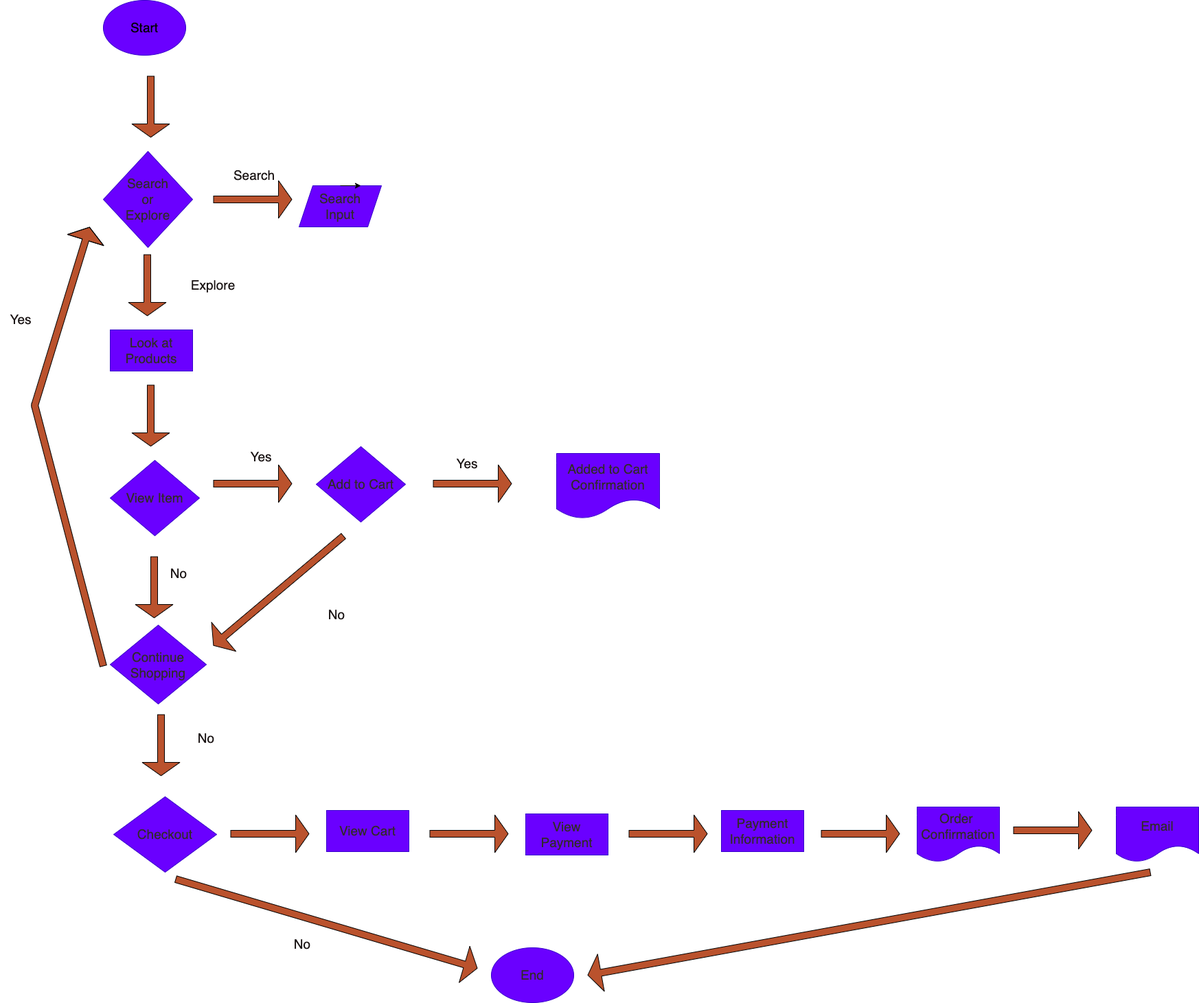
Above: explore/diagramming/diagram.drawio.png in henrybliu/sp23-cse110-lab4 (draw.io), before the change. Source tidied: cells renumbered, new cells last; positions are measured from the earlier drawing's top-left corner, leaving out a move shared by most shapes.
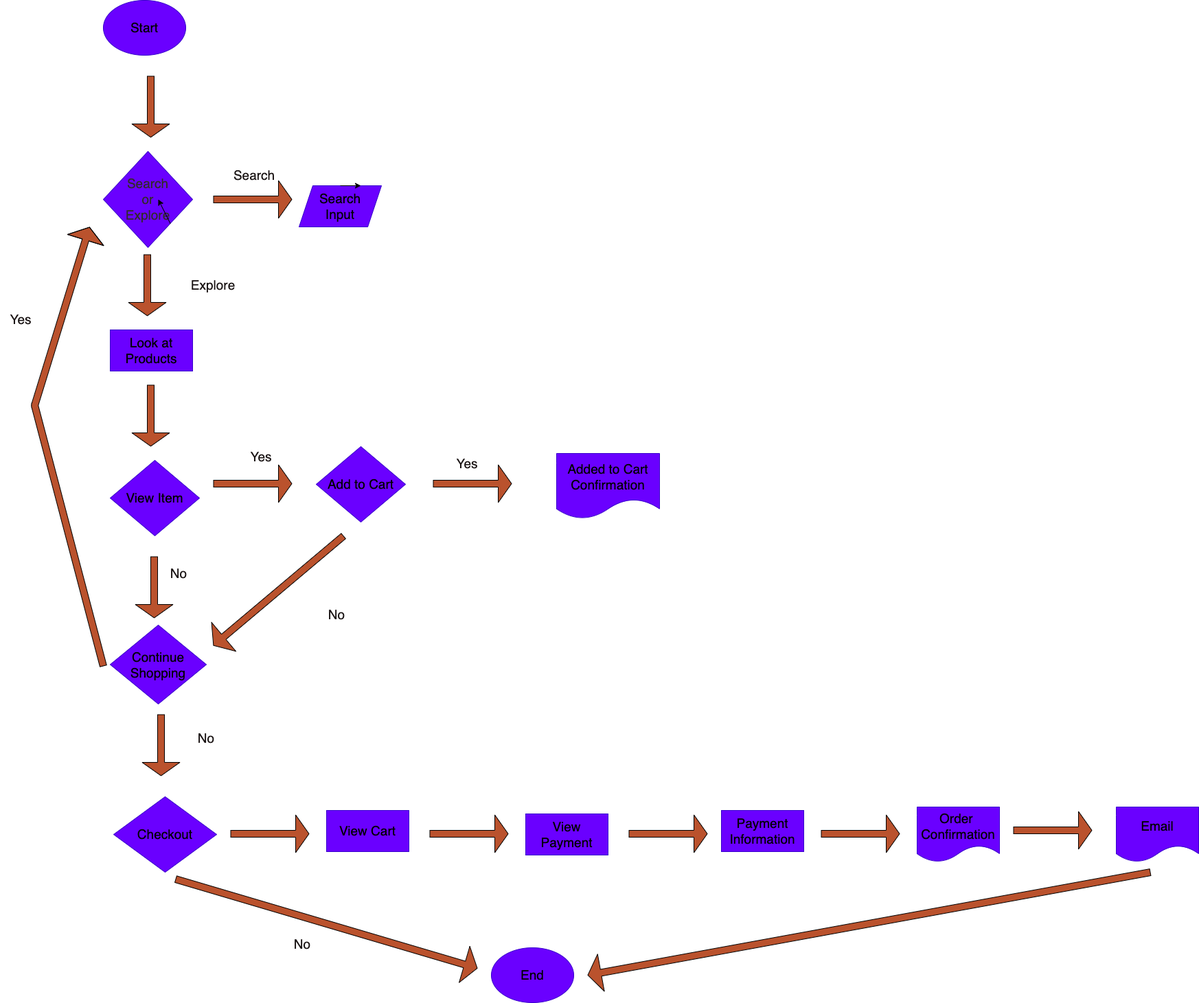
Later version of the same file.

What changed in the source:
```diff
@@ -2,34 +2,34 @@
   <root>
     <mxCell id="0" />
     <mxCell id="1" parent="0" />
-    <mxCell id="2" value="Start" style="ellipse;whiteSpace=wrap;html=1;shadow=0;fontSize=19;fontColor=#000000;fillColor=#6a00ff;labelBackgroundColor=none;strokeColor=#3700CC;" parent="1" vertex="1">
+    <mxCell id="2" value="Start" style="ellipse;whiteSpace=wrap;html=1;shadow=0;fontSize=19;fontColor=#000000;fillColor=#6a00ff;labelBackgroundColor=none;strokeColor=#3700CC;labelBorderColor=none;" parent="1" vertex="1">
       <mxGeometry x="150" width="120" height="80" as="geometry" />
     </mxCell>
-    <mxCell id="3" value="End" style="ellipse;whiteSpace=wrap;html=1;shadow=0;fontSize=19;fontColor=#322a2a;fillColor=#6a00ff;labelBackgroundColor=none;strokeColor=#3700CC;" parent="1" vertex="1">
+    <mxCell id="3" value="End" style="ellipse;whiteSpace=wrap;html=1;shadow=0;fontSize=19;fontColor=#000000;fillColor=#6a00ff;labelBackgroundColor=none;strokeColor=#3700CC;" parent="1" vertex="1">
       <mxGeometry x="715" y="1380" width="120" height="80" as="geometry" />
     </mxCell>
-    <mxCell id="4" value="Search&lt;br&gt;Input" style="shape=parallelogram;perimeter=parallelogramPerimeter;whiteSpace=wrap;html=1;fixedSize=1;shadow=0;fontSize=19;fontColor=#322a2a;fillColor=#6a00ff;labelBackgroundColor=none;strokeColor=#3700CC;" parent="1" vertex="1">
+    <mxCell id="4" value="Search&lt;br&gt;Input" style="shape=parallelogram;perimeter=parallelogramPerimeter;whiteSpace=wrap;html=1;fixedSize=1;shadow=0;fontSize=19;fontColor=#000000;fillColor=#6a00ff;labelBackgroundColor=none;strokeColor=#3700CC;" parent="1" vertex="1">
       <mxGeometry x="435" y="270" width="120" height="60" as="geometry" />
     </mxCell>
     <mxCell id="5" value="Search&lt;br&gt;or&lt;br&gt;Explore" style="rhombus;whiteSpace=wrap;html=1;shadow=0;fontSize=19;fontColor=#322a2a;fillColor=#6a00ff;labelBackgroundColor=none;strokeColor=#3700CC;" parent="1" vertex="1">
       <mxGeometry x="150" y="220" width="130" height="140" as="geometry" />
     </mxCell>
-    <mxCell id="6" value="Look at Products" style="rounded=0;whiteSpace=wrap;html=1;shadow=0;fontSize=19;fontColor=#322a2a;fillColor=#6a00ff;labelBackgroundColor=none;strokeColor=#3700CC;" parent="1" vertex="1">
+    <mxCell id="6" value="Look at Products" style="rounded=0;whiteSpace=wrap;html=1;shadow=0;fontSize=19;fontColor=#000000;fillColor=#6a00ff;labelBackgroundColor=none;strokeColor=#3700CC;" parent="1" vertex="1">
       <mxGeometry x="160" y="480" width="120" height="60" as="geometry" />
     </mxCell>
-    <mxCell id="7" value="Add to Cart&lt;br&gt;" style="rhombus;whiteSpace=wrap;html=1;shadow=0;fontSize=19;fontColor=#322a2a;fillColor=#6a00ff;labelBackgroundColor=none;strokeColor=#3700CC;" parent="1" vertex="1">
+    <mxCell id="7" value="Add to Cart&lt;br&gt;" style="rhombus;whiteSpace=wrap;html=1;shadow=0;fontSize=19;fontColor=#000000;fillColor=#6a00ff;labelBackgroundColor=none;strokeColor=#3700CC;" parent="1" vertex="1">
       <mxGeometry x="460" y="650" width="130" height="110" as="geometry" />
     </mxCell>
-    <mxCell id="8" value="Continue&lt;br&gt;Shopping" style="rhombus;whiteSpace=wrap;html=1;shadow=0;fontSize=19;fontColor=#322a2a;fillColor=#6a00ff;labelBackgroundColor=none;strokeColor=#3700CC;" parent="1" vertex="1">
+    <mxCell id="8" value="Continue&lt;br&gt;Shopping" style="rhombus;whiteSpace=wrap;html=1;shadow=0;fontSize=19;fontColor=#000000;fillColor=#6a00ff;labelBackgroundColor=none;strokeColor=#3700CC;" parent="1" vertex="1">
       <mxGeometry x="160" y="910" width="140" height="115" as="geometry" />
     </mxCell>
-    <mxCell id="9" value="Added to Cart Confirmation" style="shape=document;whiteSpace=wrap;html=1;boundedLbl=1;shadow=0;fontSize=19;fontColor=#322a2a;fillColor=#6a00ff;labelBackgroundColor=none;strokeColor=#3700CC;" parent="1" vertex="1">
+    <mxCell id="9" value="Added to Cart Confirmation" style="shape=document;whiteSpace=wrap;html=1;boundedLbl=1;shadow=0;fontSize=19;fontColor=#000000;fillColor=#6a00ff;labelBackgroundColor=none;strokeColor=#3700CC;" parent="1" vertex="1">
       <mxGeometry x="810" y="660" width="150" height="95" as="geometry" />
     </mxCell>
-    <mxCell id="10" value="Checkout" style="rhombus;whiteSpace=wrap;html=1;shadow=0;fontSize=19;fontColor=#322a2a;fillColor=#6a00ff;labelBackgroundColor=none;strokeColor=#3700CC;" parent="1" vertex="1">
+    <mxCell id="10" value="Checkout" style="rhombus;whiteSpace=wrap;html=1;shadow=0;fontSize=19;fontColor=#000000;fillColor=#6a00ff;labelBackgroundColor=none;strokeColor=#3700CC;" parent="1" vertex="1">
       <mxGeometry x="165" y="1160" width="150" height="110" as="geometry" />
     </mxCell>
-    <mxCell id="11" value="View Cart" style="rounded=0;whiteSpace=wrap;html=1;shadow=0;fontSize=19;fontColor=#322a2a;fillColor=#6a00ff;labelBackgroundColor=none;strokeColor=#3700CC;" parent="1" vertex="1">
+    <mxCell id="11" value="View Cart" style="rounded=0;whiteSpace=wrap;html=1;shadow=0;fontSize=19;fontColor=#000000;fillColor=#6a00ff;labelBackgroundColor=none;strokeColor=#3700CC;" parent="1" vertex="1">
       <mxGeometry x="475" y="1180" width="120" height="60" as="geometry" />
     </mxCell>
     <mxCell id="12" style="edgeStyle=none;html=1;exitX=0.75;exitY=1;exitDx=0;exitDy=0;fontSize=19;fontColor=#1a1414;fillColor=#BA522D;labelBackgroundColor=default;" parent="1" edge="1" source="13">
@@ -37,13 +37,13 @@
         <mxPoint x="865" y="1230" as="targetPoint" />
       </mxGeometry>
     </mxCell>
-    <mxCell id="13" value="View Payment" style="rounded=0;whiteSpace=wrap;html=1;shadow=0;fontSize=19;fontColor=#322a2a;fillColor=#6a00ff;labelBackgroundColor=none;strokeColor=#3700CC;" parent="1" vertex="1">
+    <mxCell id="13" value="View Payment" style="rounded=0;whiteSpace=wrap;html=1;shadow=0;fontSize=19;fontColor=#000000;fillColor=#6a00ff;labelBackgroundColor=none;strokeColor=#3700CC;" parent="1" vertex="1">
       <mxGeometry x="765" y="1185" width="120" height="60" as="geometry" />
     </mxCell>
-    <mxCell id="14" value="Order&amp;nbsp;&lt;br&gt;Confirmation" style="shape=document;whiteSpace=wrap;html=1;boundedLbl=1;shadow=0;fontSize=19;fontColor=#322a2a;fillColor=#6a00ff;labelBackgroundColor=none;strokeColor=#3700CC;" parent="1" vertex="1">
+    <mxCell id="14" value="Order&amp;nbsp;&lt;br&gt;Confirmation" style="shape=document;whiteSpace=wrap;html=1;boundedLbl=1;shadow=0;fontSize=19;fontColor=#000000;fillColor=#6a00ff;labelBackgroundColor=none;strokeColor=#3700CC;" parent="1" vertex="1">
       <mxGeometry x="1335" y="1175" width="120" height="80" as="geometry" />
     </mxCell>
-    <mxCell id="15" value="Email" style="shape=document;whiteSpace=wrap;html=1;boundedLbl=1;shadow=0;fontSize=19;fontColor=#322a2a;fillColor=#6a00ff;labelBackgroundColor=none;strokeColor=#3700CC;" parent="1" vertex="1">
+    <mxCell id="15" value="Email" style="shape=document;whiteSpace=wrap;html=1;boundedLbl=1;shadow=0;fontSize=19;fontColor=#000000;fillColor=#6a00ff;labelBackgroundColor=none;strokeColor=#3700CC;" parent="1" vertex="1">
       <mxGeometry x="1625" y="1175" width="120" height="80" as="geometry" />
     </mxCell>
     <mxCell id="16" style="shape=flexArrow;endArrow=classic;html=1;fontSize=19;fontColor=#1a1414;fillColor=#BA522D;endWidth=44;endSize=6.16;labelBackgroundColor=default;" parent="1" edge="1">
@@ -133,7 +133,7 @@
         <mxPoint x="425" y="704" as="targetPoint" />
       </mxGeometry>
     </mxCell>
-    <mxCell id="31" value="View Item" style="rhombus;whiteSpace=wrap;html=1;shadow=0;fontSize=19;fontColor=#322a2a;fillColor=#6a00ff;labelBackgroundColor=none;strokeColor=#3700CC;" parent="1" vertex="1">
+    <mxCell id="31" value="View Item" style="rhombus;whiteSpace=wrap;html=1;shadow=0;fontSize=19;fontColor=#000000;fillColor=#6a00ff;labelBackgroundColor=none;strokeColor=#3700CC;" parent="1" vertex="1">
       <mxGeometry x="160" y="670" width="130" height="110" as="geometry" />
     </mxCell>
     <mxCell id="32" style="shape=flexArrow;endArrow=classic;html=1;fontSize=19;fontColor=#1a1414;fillColor=#BA522D;endWidth=44;endSize=6.16;labelBackgroundColor=default;" parent="1" edge="1">
@@ -184,8 +184,11 @@
     <mxCell id="43" value="No" style="text;html=1;strokeColor=none;fillColor=none;align=center;verticalAlign=middle;whiteSpace=wrap;rounded=0;shadow=0;fontSize=19;fontColor=#1a1414;labelBackgroundColor=none;" parent="1" vertex="1">
       <mxGeometry x="230" y="820" width="60" height="30" as="geometry" />
     </mxCell>
-    <mxCell id="44" value="Payment&lt;br&gt;Information" style="rounded=0;whiteSpace=wrap;html=1;shadow=0;fontSize=19;fontColor=#322a2a;fillColor=#6a00ff;labelBackgroundColor=none;strokeColor=#3700CC;" parent="1" vertex="1">
+    <mxCell id="44" value="Payment&lt;br&gt;Information" style="rounded=0;whiteSpace=wrap;html=1;shadow=0;fontSize=19;fontColor=#000000;fillColor=#6a00ff;labelBackgroundColor=none;strokeColor=#3700CC;" parent="1" vertex="1">
       <mxGeometry x="1050" y="1180" width="120" height="60" as="geometry" />
     </mxCell>
+    <mxCell id="45" style="edgeStyle=none;html=1;exitX=1;exitY=1;exitDx=0;exitDy=0;entryX=0.615;entryY=0.5;entryDx=0;entryDy=0;entryPerimeter=0;fontColor=#000000;" parent="1" edge="1" source="5" target="5">
+      <mxGeometry relative="1" as="geometry" />
+    </mxCell>
   </root>
 </mxGraphModel>
```
